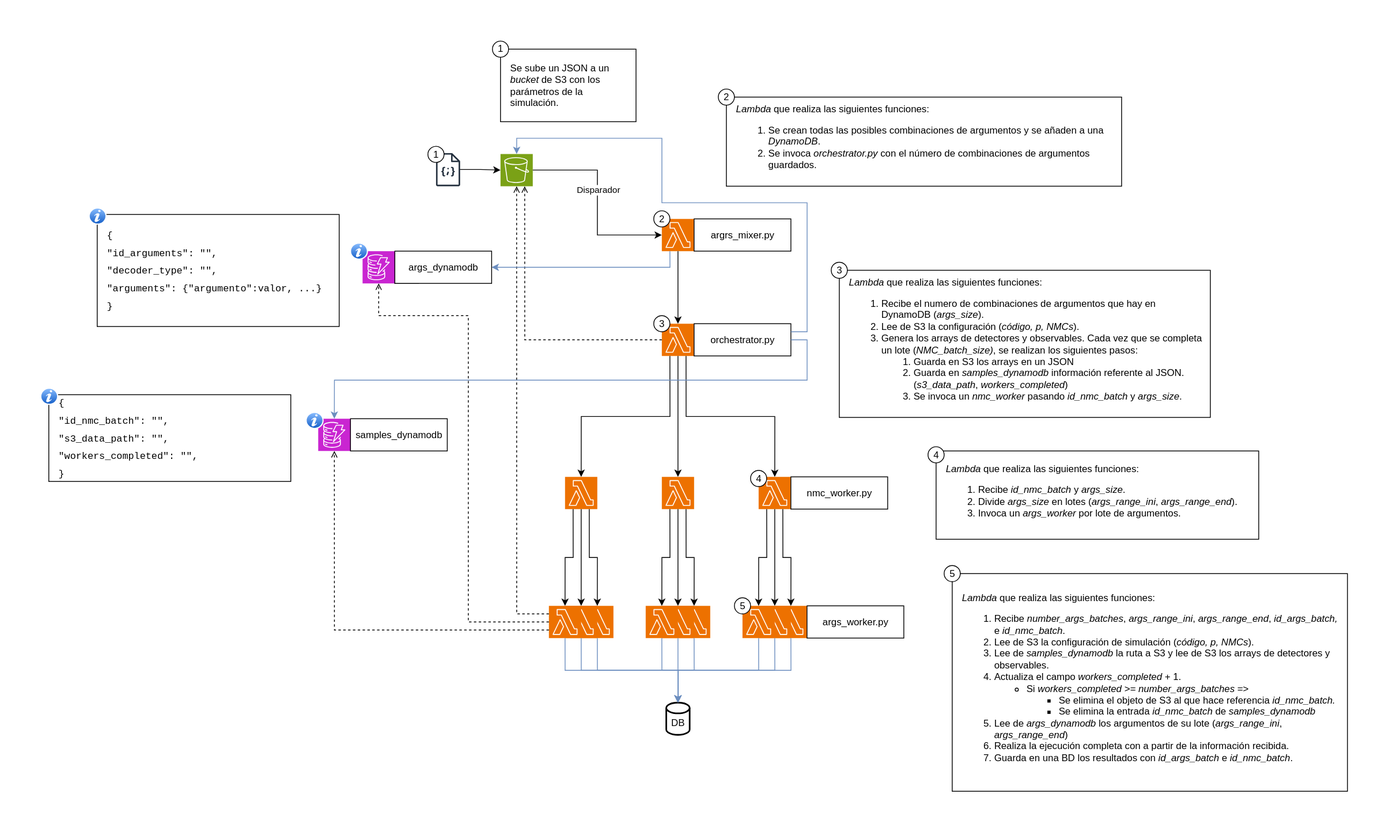
Earlier version of the draw.io export docs/Arquitectura_01julio.svg (pabloezquerroo/CuanticaDistribuida). Source tidied: cells renumbered, new cells last; positions are measured from the earlier drawing's top-left corner, leaving out a move shared by most shapes.
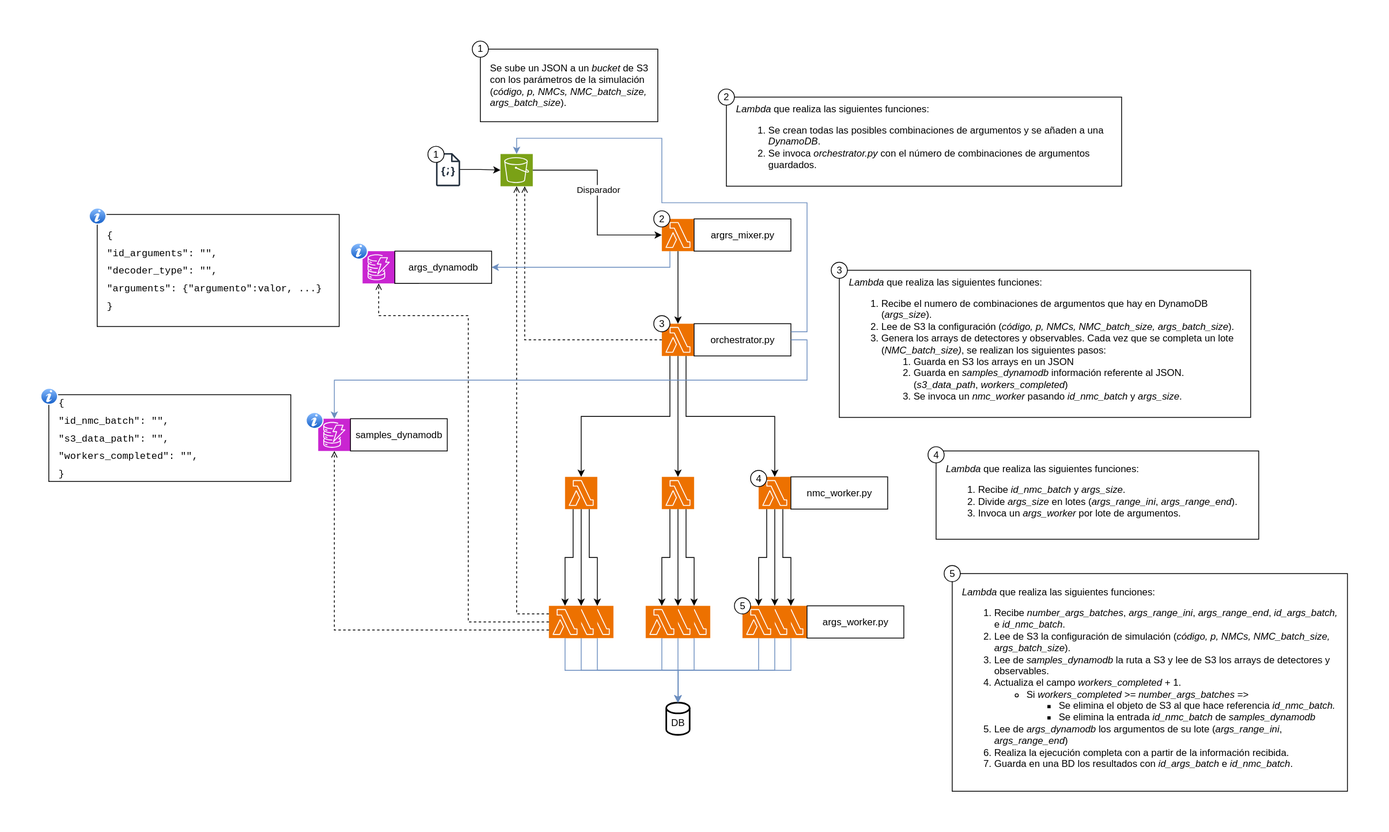
After the change.

Commit message:
feat: add orchestrator deployed with Backblaze and local DynamoDB

Diff of the diagram source:
```diff
@@ -44,11 +44,11 @@
     <mxCell id="15" style="sketch=0;points=[[0,0,0],[0.25,0,0],[0.5,0,0],[0.75,0,0],[1,0,0],[0,1,0],[0.25,1,0],[0.5,1,0],[0.75,1,0],[1,1,0],[0,0.25,0],[0,0.5,0],[0,0.75,0],[1,0.25,0],[1,0.5,0],[1,0.75,0]];outlineConnect=0;fontColor=#232F3E;fillColor=#7AA116;strokeColor=#ffffff;dashed=0;verticalLabelPosition=bottom;verticalAlign=top;align=center;html=1;fontSize=12;fontStyle=0;shape=mxgraph.aws4.resourceIcon;resIcon=mxgraph.aws4.s3;" parent="1" vertex="1">
       <mxGeometry x="570" y="140.4" width="40" height="40" as="geometry" />
     </mxCell>
-    <mxCell id="16" value="Se sube un JSON a un &lt;i&gt;bucket&lt;/i&gt; de S3 con los parámetros de la simulación." style="rounded=0;whiteSpace=wrap;html=1;align=left;spacing=12;" parent="1" vertex="1">
-      <mxGeometry x="570" y="10.4" width="168" height="90" as="geometry" />
+    <mxCell id="16" value="Se sube un JSON a un &lt;i&gt;bucket&lt;/i&gt; de S3 con los parámetros de la simulación (&lt;i&gt;código, p, NMCs, NMC_batch_size, args_batch_size&lt;/i&gt;)." style="rounded=0;whiteSpace=wrap;html=1;align=left;spacing=12;" parent="1" vertex="1">
+      <mxGeometry x="545" y="10.4" width="220" height="90" as="geometry" />
     </mxCell>
     <mxCell id="17" value="1" style="ellipse;whiteSpace=wrap;html=1;" parent="1" vertex="1">
-      <mxGeometry x="560" y="0.4" width="20" height="20" as="geometry" />
+      <mxGeometry x="535" y="0.4" width="20" height="20" as="geometry" />
     </mxCell>
     <mxCell id="18" style="strokeWidth=2;html=1;shape=mxgraph.flowchart.database;whiteSpace=wrap;" parent="1" vertex="1">
       <mxGeometry x="775.5" y="821" width="29" height="40" as="geometry" />
@@ -56,8 +56,8 @@
     <mxCell id="19" value="DB" style="text;html=1;align=center;verticalAlign=middle;whiteSpace=wrap;rounded=0;" parent="1" vertex="1">
       <mxGeometry x="760" y="831" width="60" height="30" as="geometry" />
     </mxCell>
-    <mxCell id="20" value="&lt;div&gt;&lt;i&gt;Lambda&lt;/i&gt; que realiza las siguientes funciones:&lt;/div&gt;&lt;div&gt;&lt;ol&gt;&lt;li&gt;Recibe el numero de combinaciones de argumentos que hay en DynamoDB (&lt;i&gt;args_size&lt;/i&gt;).&lt;/li&gt;&lt;li&gt;Lee de S3 la configuración (&lt;i&gt;código, p, NMCs&lt;/i&gt;).&lt;/li&gt;&lt;li&gt;Genera los arrays de detectores y observables. Cada vez que se completa un lote (&lt;i&gt;NMC_batch_size)&lt;/i&gt;, se realizan los siguientes pasos:&lt;/li&gt;&lt;ol&gt;&lt;li&gt;Guarda en S3 los arrays en un JSON&amp;nbsp;&lt;/li&gt;&lt;li&gt;Guarda en &lt;i&gt;samples_dynamodb &lt;/i&gt;información referente al JSON. (&lt;span style=&quot;white-space-collapse: preserve;&quot;&gt;&lt;font style=&quot;color: rgb(0, 0, 0);&quot; face=&quot;Helvetica&quot;&gt;&lt;i&gt;s3_data_path&lt;/i&gt;,&lt;i&gt; workers_completed&lt;/i&gt;&lt;/font&gt;&lt;/span&gt;)&lt;/li&gt;&lt;li&gt;Se invoca un &lt;i style=&quot;background-color: transparent; color: light-dark(rgb(0, 0, 0), rgb(255, 255, 255));&quot;&gt;nmc_worker&lt;/i&gt;&lt;span style=&quot;background-color: transparent; color: light-dark(rgb(0, 0, 0), rgb(255, 255, 255));&quot;&gt;&amp;nbsp;pasando&amp;nbsp;&lt;/span&gt;&lt;i style=&quot;background-color: transparent; color: light-dark(rgb(0, 0, 0), rgb(255, 255, 255));&quot;&gt;id_nmc_batch&amp;nbsp;&lt;/i&gt;&lt;span style=&quot;background-color: transparent; color: light-dark(rgb(0, 0, 0), rgb(255, 255, 255));&quot;&gt;y&lt;/span&gt;&lt;i style=&quot;background-color: transparent; color: light-dark(rgb(0, 0, 0), rgb(255, 255, 255));&quot;&gt; args_size&lt;/i&gt;&lt;span style=&quot;background-color: transparent; color: light-dark(rgb(0, 0, 0), rgb(255, 255, 255));&quot;&gt;.&lt;/span&gt;&lt;/li&gt;&lt;/ol&gt;&lt;/ol&gt;&lt;/div&gt;" style="rounded=0;whiteSpace=wrap;html=1;align=left;spacing=12;" parent="1" vertex="1">
-      <mxGeometry x="990" y="284.8" width="460" height="182.5" as="geometry" />
+    <mxCell id="20" value="&lt;div&gt;&lt;i&gt;Lambda&lt;/i&gt; que realiza las siguientes funciones:&lt;/div&gt;&lt;div&gt;&lt;ol&gt;&lt;li&gt;Recibe el numero de combinaciones de argumentos que hay en DynamoDB (&lt;i&gt;args_size&lt;/i&gt;).&lt;/li&gt;&lt;li&gt;Lee de S3 la configuración (&lt;i&gt;código, p, NMCs,&amp;nbsp;&lt;/i&gt;&lt;i&gt;NMC_batch_size, args_batch_size&lt;/i&gt;).&lt;/li&gt;&lt;li&gt;Genera los arrays de detectores y observables. Cada vez que se completa un lote (&lt;i&gt;NMC_batch_size)&lt;/i&gt;, se realizan los siguientes pasos:&lt;/li&gt;&lt;ol&gt;&lt;li&gt;Guarda en S3 los arrays en un JSON&amp;nbsp;&lt;/li&gt;&lt;li&gt;Guarda en &lt;i&gt;samples_dynamodb &lt;/i&gt;información referente al JSON. (&lt;span style=&quot;white-space-collapse: preserve;&quot;&gt;&lt;font style=&quot;color: rgb(0, 0, 0);&quot; face=&quot;Helvetica&quot;&gt;&lt;i&gt;s3_data_path&lt;/i&gt;,&lt;i&gt; workers_completed&lt;/i&gt;&lt;/font&gt;&lt;/span&gt;)&lt;/li&gt;&lt;li&gt;Se invoca un &lt;i style=&quot;background-color: transparent; color: light-dark(rgb(0, 0, 0), rgb(255, 255, 255));&quot;&gt;nmc_worker&lt;/i&gt;&lt;span style=&quot;background-color: transparent; color: light-dark(rgb(0, 0, 0), rgb(255, 255, 255));&quot;&gt;&amp;nbsp;pasando&amp;nbsp;&lt;/span&gt;&lt;i style=&quot;background-color: transparent; color: light-dark(rgb(0, 0, 0), rgb(255, 255, 255));&quot;&gt;id_nmc_batch&amp;nbsp;&lt;/i&gt;&lt;span style=&quot;background-color: transparent; color: light-dark(rgb(0, 0, 0), rgb(255, 255, 255));&quot;&gt;y&lt;/span&gt;&lt;i style=&quot;background-color: transparent; color: light-dark(rgb(0, 0, 0), rgb(255, 255, 255));&quot;&gt; args_size&lt;/i&gt;&lt;span style=&quot;background-color: transparent; color: light-dark(rgb(0, 0, 0), rgb(255, 255, 255));&quot;&gt;.&lt;/span&gt;&lt;/li&gt;&lt;/ol&gt;&lt;/ol&gt;&lt;/div&gt;" style="rounded=0;whiteSpace=wrap;html=1;align=left;spacing=12;" parent="1" vertex="1">
+      <mxGeometry x="990" y="284.8" width="510" height="182.5" as="geometry" />
     </mxCell>
     <mxCell id="21" value="3" style="ellipse;whiteSpace=wrap;html=1;" parent="1" vertex="1">
       <mxGeometry x="980" y="274.8" width="20" height="20" as="geometry" />
@@ -89,7 +89,7 @@
     <mxCell id="30" style="edgeStyle=orthogonalEdgeStyle;rounded=0;jettySize=auto;html=1;exitX=0.25;exitY=1;exitDx=0;exitDy=0;exitPerimeter=0;entryX=0.5;entryY=0;entryDx=0;entryDy=0;entryPerimeter=0;" parent="1" edge="1" source="7" target="12">
       <mxGeometry relative="1" as="geometry" />
     </mxCell>
-    <mxCell id="31" value="&lt;i&gt;Lambda&lt;/i&gt; que realiza las siguientes funciones:&lt;br&gt;&lt;div&gt;&lt;ol&gt;&lt;li&gt;&lt;span style=&quot;background-color: transparent; color: light-dark(rgb(0, 0, 0), rgb(255, 255, 255));&quot;&gt;Recibe &lt;i&gt;number_args_batches&lt;/i&gt;,&amp;nbsp;&lt;/span&gt;&lt;i&gt;args_range_ini&lt;/i&gt;, &lt;i&gt;args_range_end&lt;/i&gt;,&amp;nbsp;&lt;i&gt;id_args_batch, &lt;/i&gt;e&amp;nbsp;&lt;i style=&quot;color: light-dark(rgb(0, 0, 0), rgb(255, 255, 255)); background-color: transparent;&quot;&gt;id_nmc_batch&lt;/i&gt;.&lt;/li&gt;&lt;li&gt;Lee de S3 la configuración de simulación (&lt;i&gt;código, p, NMCs&lt;/i&gt;).&lt;/li&gt;&lt;li&gt;Lee de&amp;nbsp;&lt;i&gt;samples_dynamodb &lt;/i&gt;la ruta a S3 y lee de S3 los arrays de detectores y observables.&lt;/li&gt;&lt;li&gt;Actualiza el campo&amp;nbsp;&lt;i style=&quot;white-space-collapse: preserve;&quot;&gt;workers_completed &lt;/i&gt;&lt;span style=&quot;white-space-collapse: preserve;&quot;&gt;+ 1.&lt;/span&gt;&lt;/li&gt;&lt;ul&gt;&lt;li&gt;&lt;span style=&quot;white-space-collapse: preserve;&quot;&gt;Si &lt;/span&gt;&lt;i style=&quot;white-space-collapse: preserve;&quot;&gt;workers_completed &amp;gt;= &lt;/i&gt;&lt;i&gt;number_args_batches &lt;/i&gt;=&amp;gt;&amp;nbsp;&lt;/li&gt;&lt;ul&gt;&lt;li&gt;Se elimina el objeto de S3 al que hace referencia&amp;nbsp;&lt;i style=&quot;background-color: transparent; color: light-dark(rgb(0, 0, 0), rgb(255, 255, 255));&quot;&gt;id_nmc_batch.&lt;/i&gt;&lt;/li&gt;&lt;li&gt;&lt;span style=&quot;background-color: transparent; color: light-dark(rgb(0, 0, 0), rgb(255, 255, 255));&quot;&gt;Se elimina la entrada&amp;nbsp;&lt;/span&gt;&lt;i style=&quot;color: light-dark(rgb(0, 0, 0), rgb(255, 255, 255)); background-color: transparent;&quot;&gt;id_nmc_batch&amp;nbsp;&lt;/i&gt;&lt;span style=&quot;color: light-dark(rgb(0, 0, 0), rgb(255, 255, 255)); background-color: transparent;&quot;&gt;de&amp;nbsp;&lt;/span&gt;&lt;span style=&quot;text-align: center; text-wrap-mode: nowrap;&quot;&gt;&lt;i&gt;samples_dynamodb&lt;/i&gt;&lt;/span&gt;&lt;/li&gt;&lt;/ul&gt;&lt;/ul&gt;&lt;li&gt;Lee de &lt;i&gt;args_dynamodb&lt;/i&gt; los argumentos de su lote (&lt;i&gt;args_range_ini&lt;/i&gt;, &lt;i&gt;args_range_end&lt;/i&gt;)&lt;/li&gt;&lt;li&gt;&lt;span style=&quot;background-color: transparent; color: light-dark(rgb(0, 0, 0), rgb(255, 255, 255));&quot;&gt;Realiza la ejecución completa con a partir de la información recibida.&lt;/span&gt;&lt;/li&gt;&lt;li&gt;Guarda en una BD los resultados con &lt;i&gt;id_args_batch&lt;/i&gt;&amp;nbsp;e&amp;nbsp;&lt;i style=&quot;color: light-dark(rgb(0, 0, 0), rgb(255, 255, 255)); background-color: transparent;&quot;&gt;id_nmc_batch&lt;/i&gt;.&lt;/li&gt;&lt;/ol&gt;&lt;/div&gt;" style="rounded=0;whiteSpace=wrap;html=1;align=left;spacing=12;" parent="1" vertex="1">
+    <mxCell id="31" value="&lt;i&gt;Lambda&lt;/i&gt; que realiza las siguientes funciones:&lt;br&gt;&lt;div&gt;&lt;ol&gt;&lt;li&gt;&lt;span style=&quot;background-color: transparent; color: light-dark(rgb(0, 0, 0), rgb(255, 255, 255));&quot;&gt;Recibe &lt;i&gt;number_args_batches&lt;/i&gt;,&amp;nbsp;&lt;/span&gt;&lt;i&gt;args_range_ini&lt;/i&gt;, &lt;i&gt;args_range_end&lt;/i&gt;,&amp;nbsp;&lt;i&gt;id_args_batch, &lt;/i&gt;e&amp;nbsp;&lt;i style=&quot;color: light-dark(rgb(0, 0, 0), rgb(255, 255, 255)); background-color: transparent;&quot;&gt;id_nmc_batch&lt;/i&gt;.&lt;/li&gt;&lt;li&gt;Lee de S3 la configuración de simulación (&lt;i&gt;código, p, NMCs,&amp;nbsp;&lt;/i&gt;&lt;i&gt;NMC_batch_size, args_batch_size&lt;/i&gt;).&lt;/li&gt;&lt;li&gt;Lee de&amp;nbsp;&lt;i&gt;samples_dynamodb &lt;/i&gt;la ruta a S3 y lee de S3 los arrays de detectores y observables.&lt;/li&gt;&lt;li&gt;Actualiza el campo&amp;nbsp;&lt;i style=&quot;white-space-collapse: preserve;&quot;&gt;workers_completed &lt;/i&gt;&lt;span style=&quot;white-space-collapse: preserve;&quot;&gt;+ 1.&lt;/span&gt;&lt;/li&gt;&lt;ul&gt;&lt;li&gt;&lt;span style=&quot;white-space-collapse: preserve;&quot;&gt;Si &lt;/span&gt;&lt;i style=&quot;white-space-collapse: preserve;&quot;&gt;workers_completed &amp;gt;= &lt;/i&gt;&lt;i&gt;number_args_batches &lt;/i&gt;=&amp;gt;&amp;nbsp;&lt;/li&gt;&lt;ul&gt;&lt;li&gt;Se elimina el objeto de S3 al que hace referencia&amp;nbsp;&lt;i style=&quot;background-color: transparent; color: light-dark(rgb(0, 0, 0), rgb(255, 255, 255));&quot;&gt;id_nmc_batch.&lt;/i&gt;&lt;/li&gt;&lt;li&gt;&lt;span style=&quot;background-color: transparent; color: light-dark(rgb(0, 0, 0), rgb(255, 255, 255));&quot;&gt;Se elimina la entrada&amp;nbsp;&lt;/span&gt;&lt;i style=&quot;color: light-dark(rgb(0, 0, 0), rgb(255, 255, 255)); background-color: transparent;&quot;&gt;id_nmc_batch&amp;nbsp;&lt;/i&gt;&lt;span style=&quot;color: light-dark(rgb(0, 0, 0), rgb(255, 255, 255)); background-color: transparent;&quot;&gt;de&amp;nbsp;&lt;/span&gt;&lt;span style=&quot;text-align: center; text-wrap-mode: nowrap;&quot;&gt;&lt;i&gt;samples_dynamodb&lt;/i&gt;&lt;/span&gt;&lt;/li&gt;&lt;/ul&gt;&lt;/ul&gt;&lt;li&gt;Lee de &lt;i&gt;args_dynamodb&lt;/i&gt; los argumentos de su lote (&lt;i&gt;args_range_ini&lt;/i&gt;, &lt;i&gt;args_range_end&lt;/i&gt;)&lt;/li&gt;&lt;li&gt;&lt;span style=&quot;background-color: transparent; color: light-dark(rgb(0, 0, 0), rgb(255, 255, 255));&quot;&gt;Realiza la ejecución completa con a partir de la información recibida.&lt;/span&gt;&lt;/li&gt;&lt;li&gt;Guarda en una BD los resultados con &lt;i&gt;id_args_batch&lt;/i&gt;&amp;nbsp;e&amp;nbsp;&lt;i style=&quot;color: light-dark(rgb(0, 0, 0), rgb(255, 255, 255)); background-color: transparent;&quot;&gt;id_nmc_batch&lt;/i&gt;.&lt;/li&gt;&lt;/ol&gt;&lt;/div&gt;" style="rounded=0;whiteSpace=wrap;html=1;align=left;spacing=12;" parent="1" vertex="1">
       <mxGeometry x="1130" y="661" width="490" height="270" as="geometry" />
     </mxCell>
     <mxCell id="32" value="5" style="ellipse;whiteSpace=wrap;html=1;" parent="1" vertex="1">
```
